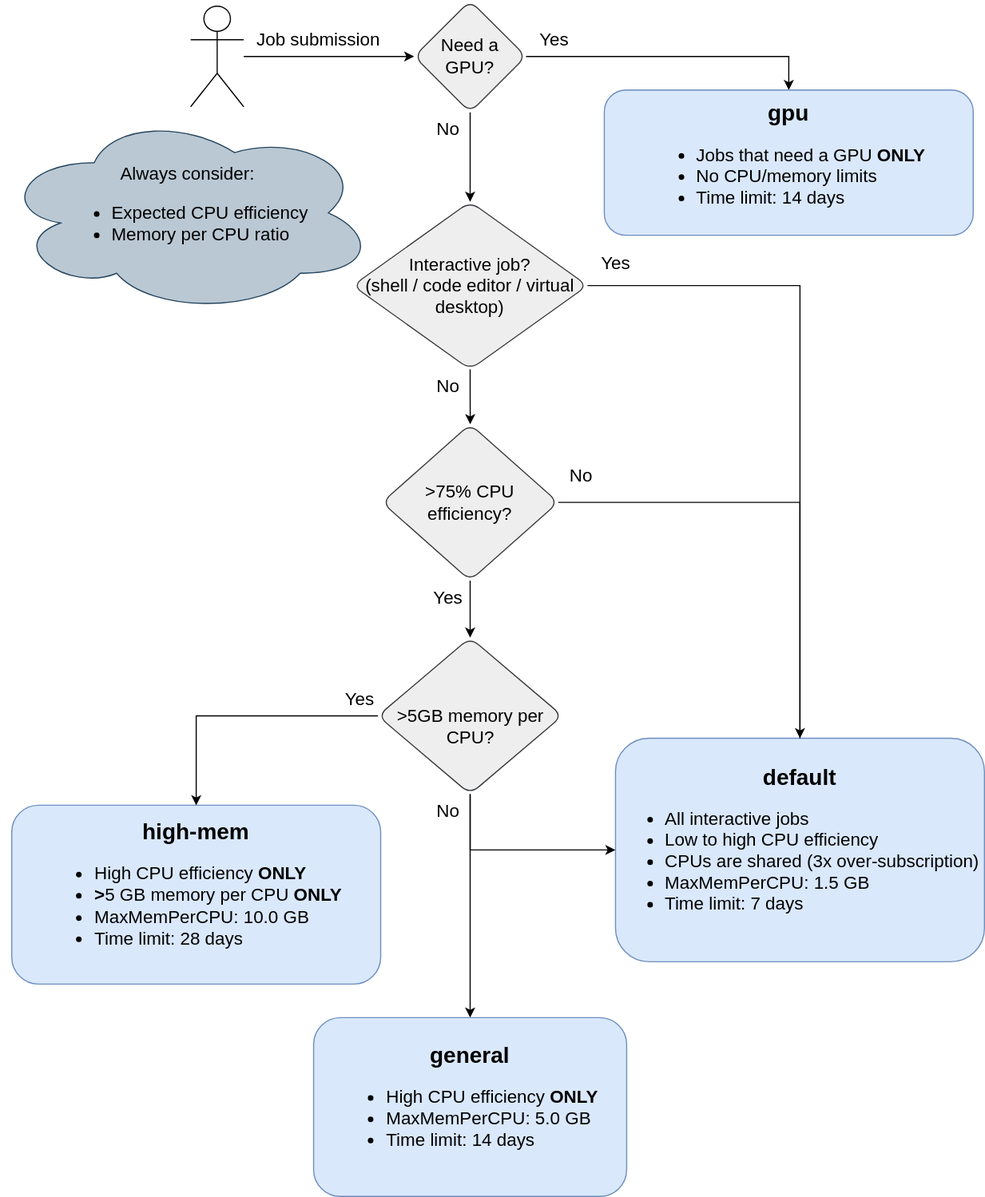
cmc-aau/hpc-docs keeps this draw.io diagram as docs/slurm/img/biocloud_partition.drawio.svg. Above is the earlier version. Source tidied: cells renumbered, new cells last; positions are measured from the earlier drawing's top-left corner, leaving out a move shared by most shapes.
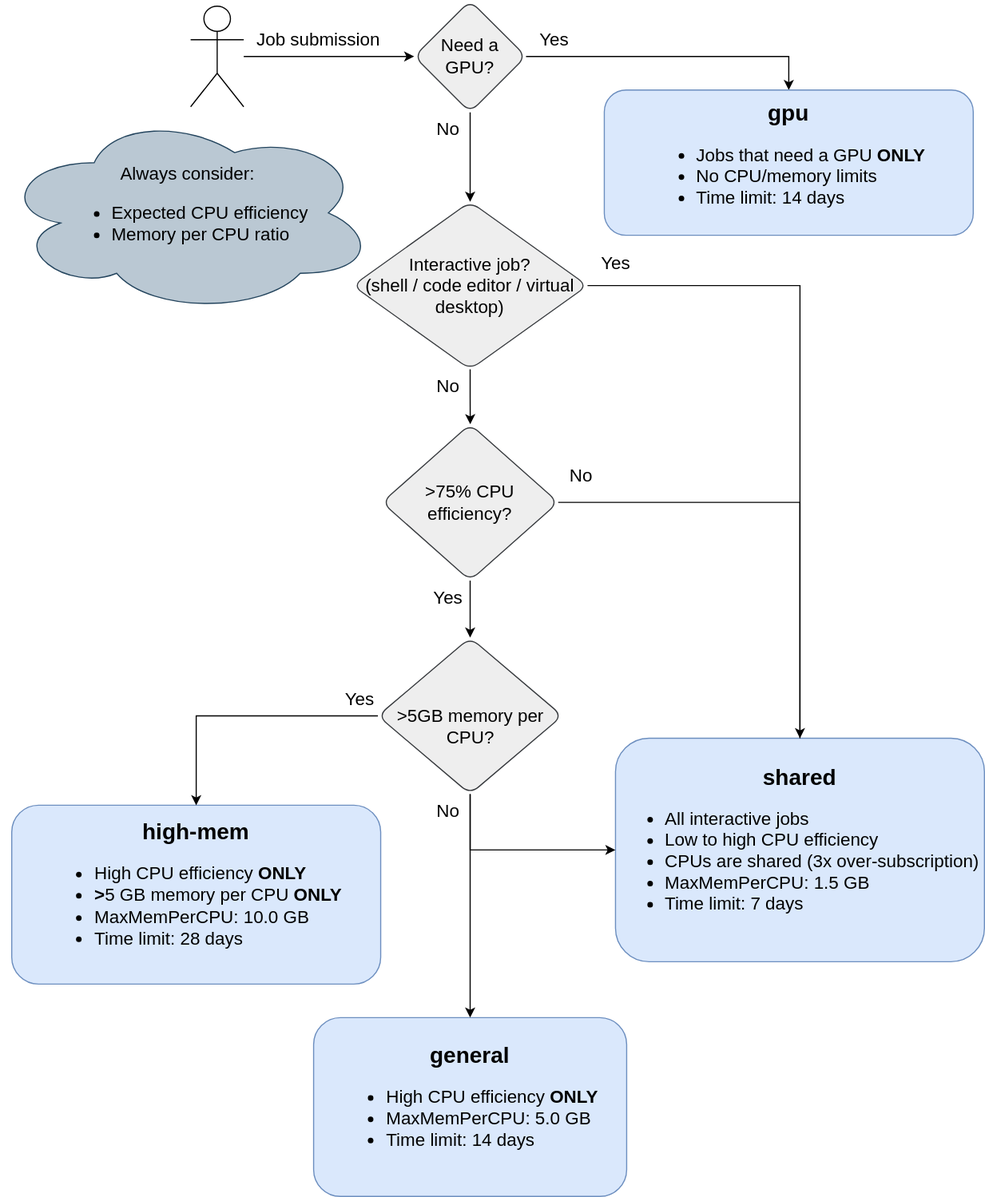
Above is the later version.

Diff of the diagram source:
```diff
@@ -2,7 +2,7 @@
   <root>
     <mxCell id="0" />
     <mxCell id="1" parent="0" />
-    <mxCell id="2" value="&lt;font style=&quot;font-size: 20px;&quot;&gt;&lt;b&gt;default&lt;/b&gt;&lt;/font&gt;&lt;div&gt;&lt;font style=&quot;font-size: 20px;&quot;&gt;&lt;ul style=&quot;font-size: 16px; text-align: left; text-wrap: nowrap;&quot;&gt;&lt;li&gt;&lt;span style=&quot;background-color: initial;&quot;&gt;All interactive jobs&lt;/span&gt;&lt;/li&gt;&lt;li&gt;&lt;span style=&quot;background-color: initial;&quot;&gt;Low to high CPU efficiency&lt;/span&gt;&lt;/li&gt;&lt;li&gt;&lt;span style=&quot;background-color: initial;&quot;&gt;CPUs are shared (3x over-subscription)&lt;/span&gt;&lt;/li&gt;&lt;li&gt;MaxMemPerCPU: 1.5 GB&lt;/li&gt;&lt;li&gt;Time limit: 7 days&lt;/li&gt;&lt;/ul&gt;&lt;/font&gt;&lt;/div&gt;" style="rounded=1;whiteSpace=wrap;html=1;shadow=0;strokeWidth=1;spacing=6;spacingTop=-4;fontSize=16;fillColor=#dae8fc;strokeColor=#6c8ebf;" parent="1" vertex="1">
+    <mxCell id="2" value="&lt;font style=&quot;font-size: 20px;&quot;&gt;&lt;b&gt;shared&lt;/b&gt;&lt;/font&gt;&lt;div&gt;&lt;font style=&quot;font-size: 20px;&quot;&gt;&lt;ul style=&quot;font-size: 16px; text-align: left; text-wrap: nowrap;&quot;&gt;&lt;li&gt;&lt;span style=&quot;background-color: initial;&quot;&gt;All interactive jobs&lt;/span&gt;&lt;/li&gt;&lt;li&gt;&lt;span style=&quot;background-color: initial;&quot;&gt;Low to high CPU efficiency&lt;/span&gt;&lt;/li&gt;&lt;li&gt;&lt;span style=&quot;background-color: initial;&quot;&gt;CPUs are shared (3x over-subscription)&lt;/span&gt;&lt;/li&gt;&lt;li&gt;MaxMemPerCPU: 1.5 GB&lt;/li&gt;&lt;li&gt;Time limit: 7 days&lt;/li&gt;&lt;/ul&gt;&lt;/font&gt;&lt;/div&gt;" style="rounded=1;whiteSpace=wrap;html=1;shadow=0;strokeWidth=1;spacing=6;spacingTop=-4;fontSize=16;fillColor=#dae8fc;strokeColor=#6c8ebf;" parent="1" vertex="1">
       <mxGeometry x="550" y="660" width="330" height="200" as="geometry" />
     </mxCell>
     <mxCell id="3" value="&lt;font style=&quot;font-size: 20px;&quot;&gt;&lt;b&gt;high-mem&lt;/b&gt;&lt;/font&gt;&lt;div style=&quot;&quot;&gt;&lt;ul style=&quot;text-align: left; text-wrap: nowrap;&quot;&gt;&lt;li&gt;High CPU efficiency &lt;b&gt;ONLY&lt;/b&gt;&lt;/li&gt;&lt;li&gt;&lt;span style=&quot;background-color: initial;&quot;&gt;&lt;b&gt;&amp;gt;&lt;/b&gt;5 GB memory per CPU &lt;b&gt;ONLY&lt;/b&gt;&lt;/span&gt;&lt;/li&gt;&lt;li style=&quot;&quot;&gt;&lt;span style=&quot;background-color: initial;&quot;&gt;MaxMemPerCPU: 10.0 GB&lt;/span&gt;&lt;br&gt;&lt;/li&gt;&lt;li style=&quot;&quot;&gt;Time limit: 28 days&lt;/li&gt;&lt;/ul&gt;&lt;/div&gt;" style="rounded=1;whiteSpace=wrap;html=1;shadow=0;strokeWidth=1;spacing=6;spacingTop=-4;fontSize=16;fillColor=#dae8fc;strokeColor=#6c8ebf;" parent="1" vertex="1">
```
